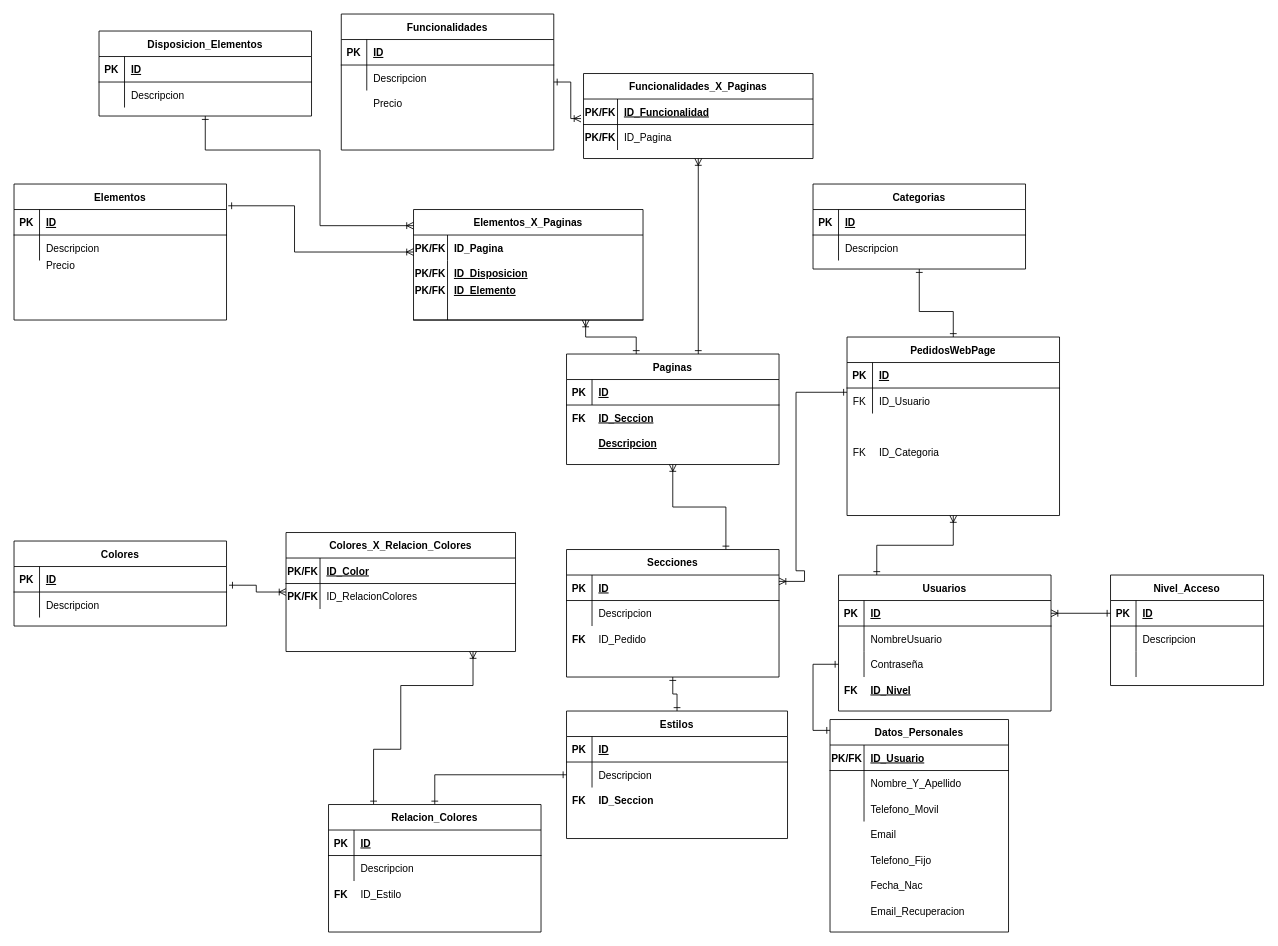
Cout-Nico-F/TPC_Ferreira_Huarcaya keeps this draw.io diagram as TPC_Ferreira_Huarcaya/Diagramas/DiagramaSQL.drawio. Above is the earlier version. Source tidied: cells renumbered, new cells numbered last; positions are measured from the earlier drawing's top-left corner, leaving out a move shared by most shapes. Both pictures are drawn from the tidied source at 85%, with x=0, y=0 at pixel (14, 14).
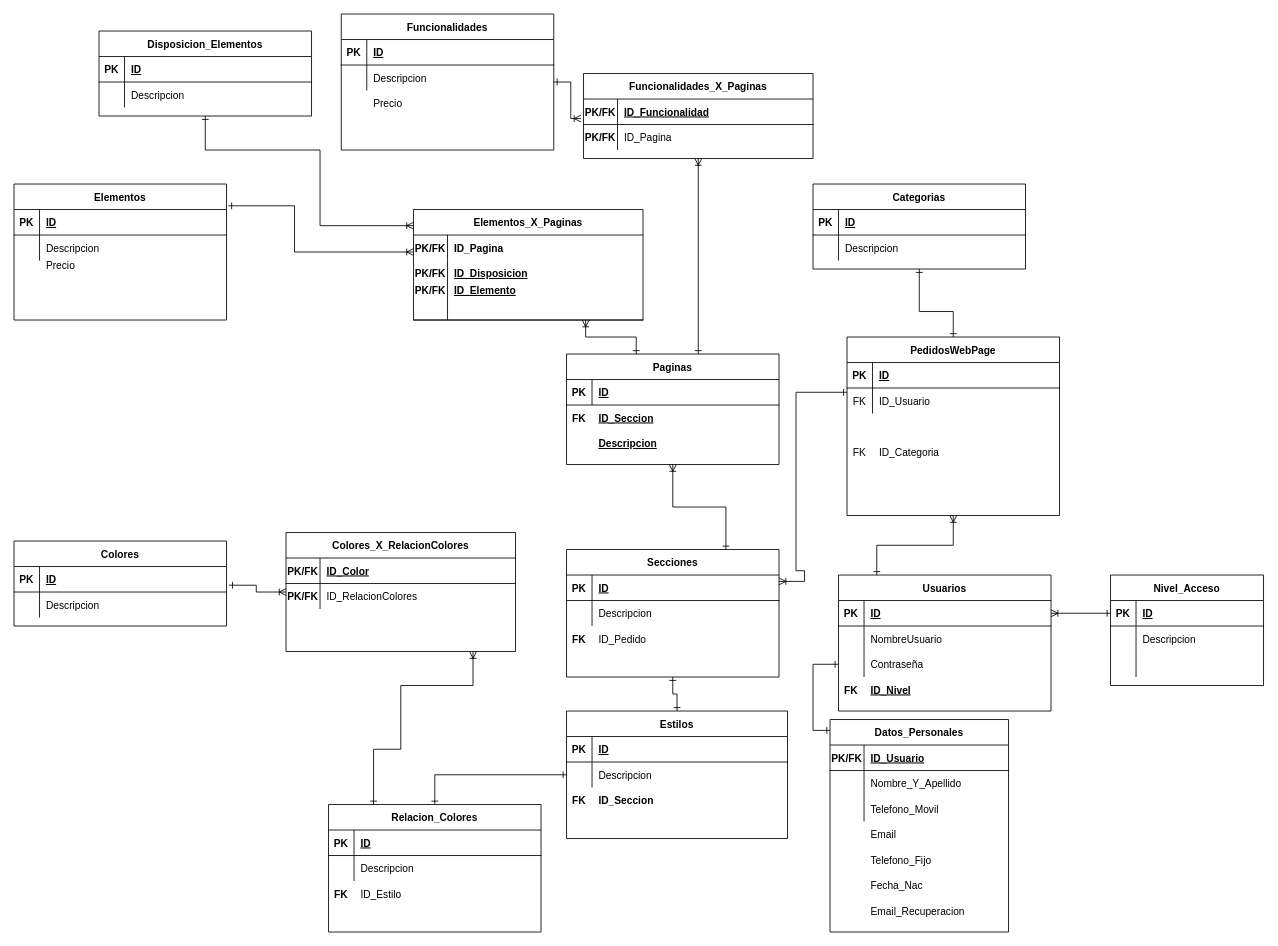
The same page after the edit.

Commit message:
Modificacion menor al nombre Colores_X_RelacionColores

Antes era : Colores_X_Relacion_Colores

Change to the diagram source:
```diff
@@
-    <mxCell id="87" value="Colores_X_Relacion_Colores" style="shape=table;startSize=30;childLayout=tableLayout;rowLines=0;fontStyle=1;align=center;" parent="1" vertex="1">
+    <mxCell id="87" value="Colores_X_RelacionColores" style="shape=table;startSize=30;childLayout=tableLayout;rowLines=0;fontStyle=1;align=center;" parent="1" vertex="1">
       <mxGeometry x="320" y="610" width="270" height="140" as="geometry" />
     </mxCell>
```
